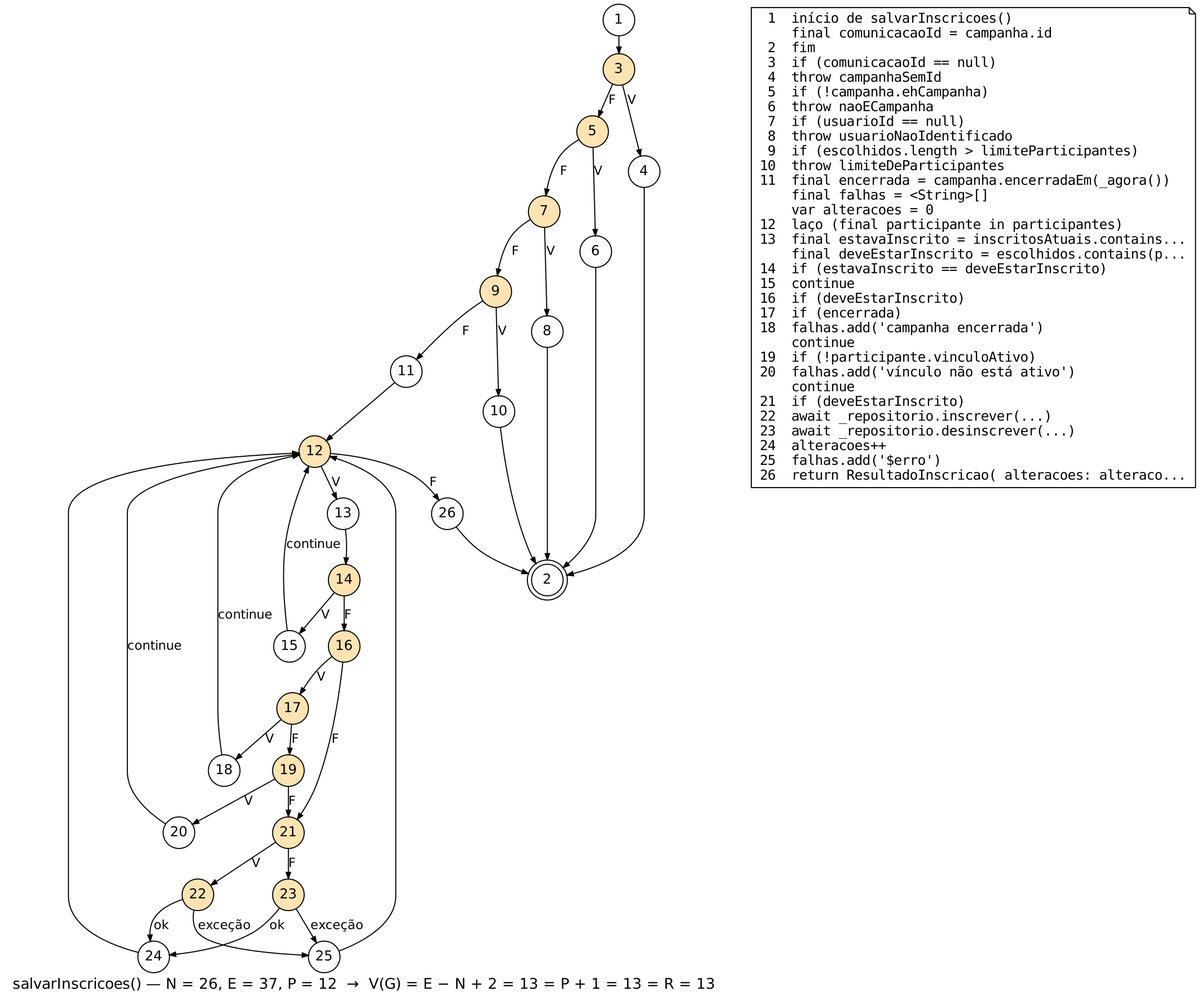
The Graphviz diagram qualidade/diagramas/ex08_gfc_gerado.png in Conecta-Vida/Conecta-Vida-Mobile, before a commit. Its source is kept beside it as qualidade/diagramas/ex08_gfc_gerado.dot. The source it was exported from:
```dot
digraph "salvarInscricoes" {
  graph [fontname="DejaVu Sans", fontsize=14, labelloc=b, rankdir=TB, nodesep=0.3, ranksep=0.22, label="salvarInscricoes() — N = 26, E = 37, P = 12  →  V(G) = E − N + 2 = 13 = P + 1 = 13 = R = 13"];
  node [shape=circle, fontname="DejaVu Sans", fontsize=13, width=0.42, fixedsize=true, style=filled, fillcolor="#ffffff"];
  edge [fontname="DejaVu Sans", fontsize=12, arrowsize=0.6];
  1 [fillcolor="#ffffff"];
  2 [fillcolor="#ffffff", shape=doublecircle];
  3 [fillcolor="#ffe3b3"];
  4 [fillcolor="#ffffff"];
  5 [fillcolor="#ffe3b3"];
  6 [fillcolor="#ffffff"];
  7 [fillcolor="#ffe3b3"];
  8 [fillcolor="#ffffff"];
  9 [fillcolor="#ffe3b3"];
  10 [fillcolor="#ffffff"];
  11 [fillcolor="#ffffff"];
  12 [fillcolor="#ffe3b3"];
  13 [fillcolor="#ffffff"];
  14 [fillcolor="#ffe3b3"];
  15 [fillcolor="#ffffff"];
  16 [fillcolor="#ffe3b3"];
  17 [fillcolor="#ffe3b3"];
  18 [fillcolor="#ffffff"];
  19 [fillcolor="#ffe3b3"];
  20 [fillcolor="#ffffff"];
  21 [fillcolor="#ffe3b3"];
  22 [fillcolor="#ffe3b3"];
  23 [fillcolor="#ffe3b3"];
  24 [fillcolor="#ffffff"];
  25 [fillcolor="#ffffff"];
  26 [fillcolor="#ffffff"];
  1 -> 3;
  3 -> 4 [label="V"];
  4 -> 2;
  3 -> 5 [label="F"];
  5 -> 6 [label="V"];
  6 -> 2;
  5 -> 7 [label="F"];
  7 -> 8 [label="V"];
  8 -> 2;
  7 -> 9 [label="F"];
  9 -> 10 [label="V"];
  10 -> 2;
  9 -> 11 [label="F"];
  11 -> 12;
  12 -> 13 [label="V"];
  13 -> 14;
  14 -> 15 [label="V"];
  15 -> 12 [label="continue"];
  14 -> 16 [label="F"];
  16 -> 17 [label="V"];
  17 -> 18 [label="V"];
  18 -> 12 [label="continue"];
  17 -> 19 [label="F"];
  19 -> 20 [label="V"];
  20 -> 12 [label="continue"];
  19 -> 21 [label="F"];
  16 -> 21 [label="F"];
  21 -> 22 [label="V"];
  21 -> 23 [label="F"];
  22 -> 24 [label="ok"];
  23 -> 24 [label="ok"];
  22 -> 25 [label="exceção"];
  23 -> 25 [label="exceção"];
  24 -> 12;
  25 -> 12;
  12 -> 26 [label="F"];
  26 -> 2;
  legenda [shape=note, fixedsize=false, fontname="DejaVu Sans Mono", fontsize=13, fillcolor="#fffef2", label=" 1  início de salvarInscricoes()\l    final comunicacaoId = campanha.id\l 2  fim\l 3  if (comunicacaoId == null)\l 4  throw campanhaSemId\l 5  if (!campanha.ehCampanha)\l 6  throw naoECampanha\l 7  if (usuarioId == null)\l 8  throw usuarioNaoIdentificado\l 9  if (escolhidos.length > limiteParticipantes)\l10  throw limiteDeParticipantes\l11  final encerrada = campanha.encerradaEm(_agora())\l    final falhas = <String>[]\l    var alteracoes = 0\l12  laço (final participante in participantes)\l13  final estavaInscrito = inscritosAtuais.contains...\l    final deveEstarInscrito = escolhidos.contains(p...\l14  if (estavaInscrito == deveEstarInscrito)\l15  continue\l16  if (deveEstarInscrito)\l17  if (encerrada)\l18  falhas.add('campanha encerrada')\l    continue\l19  if (!participante.vinculoAtivo)\l20  falhas.add('vínculo não está ativo')\l    continue\l21  if (deveEstarInscrito)\l22  await _repositorio.inscrever(...)\l23  await _repositorio.desinscrever(...)\l24  alteracoes++\l25  falhas.add('$erro')\l26  return ResultadoInscricao( alteracoes: alteraco...\l"];
}
```
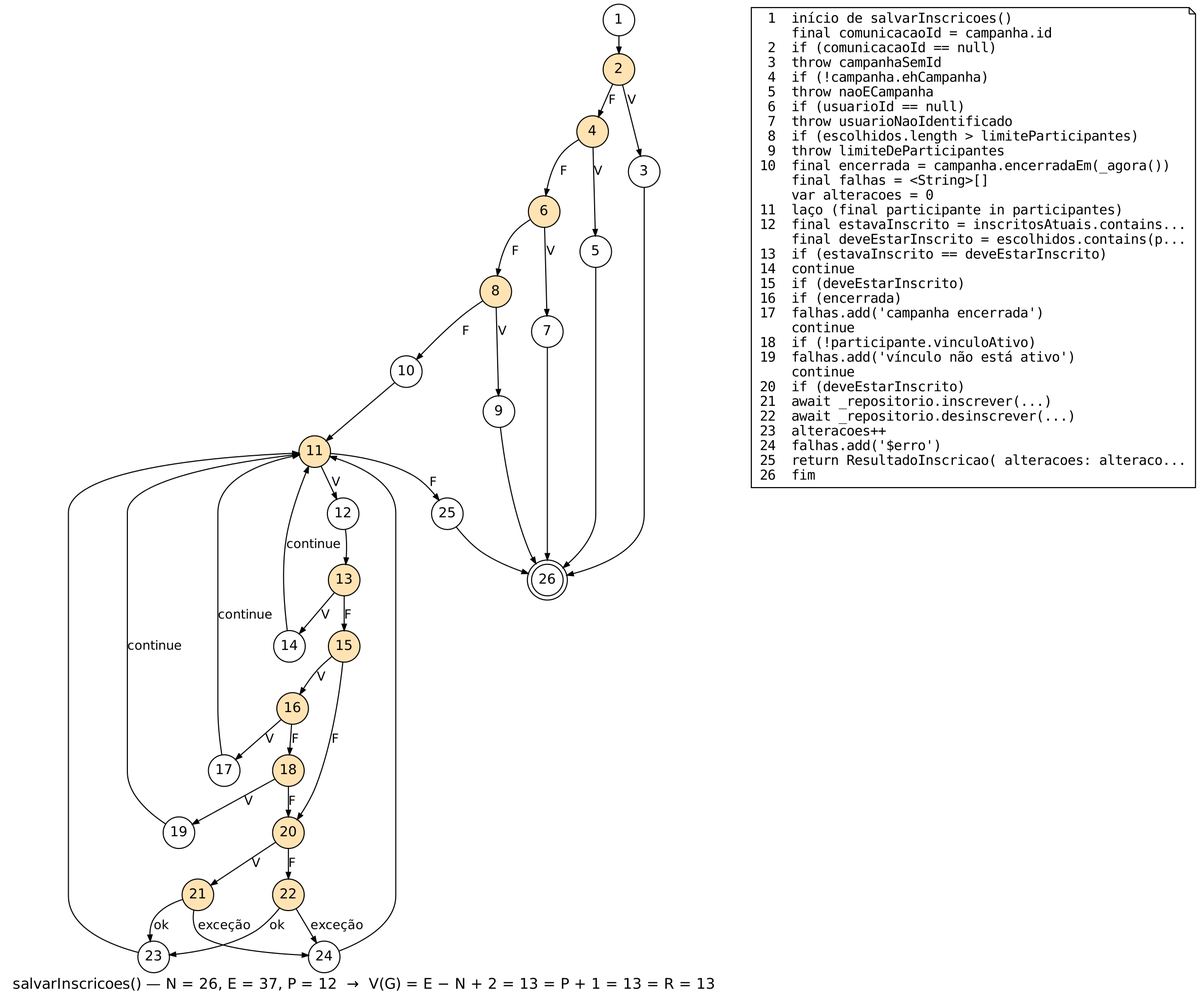
After the commit.

Commit message:
feat(qualidade): gfc_dart numera o fim por último e exporta o grafo e a legenda separados

Diff of the diagram source:
```diff
@@ -3,67 +3,67 @@
   node [shape=circle, fontname="DejaVu Sans", fontsize=13, width=0.42, fixedsize=true, style=filled, fillcolor="#ffffff"];
   edge [fontname="DejaVu Sans", fontsize=12, arrowsize=0.6];
   1 [fillcolor="#ffffff"];
-  2 [fillcolor="#ffffff", shape=doublecircle];
-  3 [fillcolor="#ffe3b3"];
-  4 [fillcolor="#ffffff"];
-  5 [fillcolor="#ffe3b3"];
-  6 [fillcolor="#ffffff"];
-  7 [fillcolor="#ffe3b3"];
-  8 [fillcolor="#ffffff"];
-  9 [fillcolor="#ffe3b3"];
+  2 [fillcolor="#ffe3b3"];
+  3 [fillcolor="#ffffff"];
+  4 [fillcolor="#ffe3b3"];
+  5 [fillcolor="#ffffff"];
+  6 [fillcolor="#ffe3b3"];
+  7 [fillcolor="#ffffff"];
+  8 [fillcolor="#ffe3b3"];
+  9 [fillcolor="#ffffff"];
   10 [fillcolor="#ffffff"];
-  11 [fillcolor="#ffffff"];
-  12 [fillcolor="#ffe3b3"];
-  13 [fillcolor="#ffffff"];
-  14 [fillcolor="#ffe3b3"];
-  15 [fillcolor="#ffffff"];
+  11 [fillcolor="#ffe3b3"];
+  12 [fillcolor="#ffffff"];
+  13 [fillcolor="#ffe3b3"];
+  14 [fillcolor="#ffffff"];
+  15 [fillcolor="#ffe3b3"];
   16 [fillcolor="#ffe3b3"];
-  17 [fillcolor="#ffe3b3"];
-  18 [fillcolor="#ffffff"];
-  19 [fillcolor="#ffe3b3"];
-  20 [fillcolor="#ffffff"];
+  17 [fillcolor="#ffffff"];
+  18 [fillcolor="#ffe3b3"];
+  19 [fillcolor="#ffffff"];
+  20 [fillcolor="#ffe3b3"];
   21 [fillcolor="#ffe3b3"];
   22 [fillcolor="#ffe3b3"];
-  23 [fillcolor="#ffe3b3"];
+  23 [fillcolor="#ffffff"];
   24 [fillcolor="#ffffff"];
   25 [fillcolor="#ffffff"];
-  26 [fillcolor="#ffffff"];
-  1 -> 3;
-  3 -> 4 [label="V"];
-  4 -> 2;
-  3 -> 5 [label="F"];
-  5 -> 6 [label="V"];
-  6 -> 2;
-  5 -> 7 [label="F"];
-  7 -> 8 [label="V"];
-  8 -> 2;
-  7 -> 9 [label="F"];
-  9 -> 10 [label="V"];
-  10 -> 2;
-  9 -> 11 [label="F"];
-  11 -> 12;
-  12 -> 13 [label="V"];
-  13 -> 14;
-  14 -> 15 [label="V"];
-  15 -> 12 [label="continue"];
-  14 -> 16 [label="F"];
+  26 [fillcolor="#ffffff", shape=doublecircle];
+  1 -> 2;
+  2 -> 3 [label="V"];
+  3 -> 26;
+  2 -> 4 [label="F"];
+  4 -> 5 [label="V"];
+  5 -> 26;
+  4 -> 6 [label="F"];
+  6 -> 7 [label="V"];
+  7 -> 26;
+  6 -> 8 [label="F"];
+  8 -> 9 [label="V"];
+  9 -> 26;
+  8 -> 10 [label="F"];
+  10 -> 11;
+  11 -> 12 [label="V"];
+  12 -> 13;
+  13 -> 14 [label="V"];
+  14 -> 11 [label="continue"];
+  13 -> 15 [label="F"];
+  15 -> 16 [label="V"];
   16 -> 17 [label="V"];
-  17 -> 18 [label="V"];
-  18 -> 12 [label="continue"];
-  17 -> 19 [label="F"];
-  19 -> 20 [label="V"];
-  20 -> 12 [label="continue"];
-  19 -> 21 [label="F"];
-  16 -> 21 [label="F"];
-  21 -> 22 [label="V"];
-  21 -> 23 [label="F"];
-  22 -> 24 [label="ok"];
-  23 -> 24 [label="ok"];
-  22 -> 25 [label="exceção"];
-  23 -> 25 [label="exceção"];
-  24 -> 12;
-  25 -> 12;
-  12 -> 26 [label="F"];
-  26 -> 2;
-  legenda [shape=note, fixedsize=false, fontname="DejaVu Sans Mono", fontsize=13, fillcolor="#fffef2", label=" 1  início de salvarInscricoes()\l    final comunicacaoId = campanha.id\l 2  fim\l 3  if (comunicacaoId == null)\l 4  throw campanhaSemId\l 5  if (!campanha.ehCampanha)\l 6  throw naoECampanha\l 7  if (usuarioId == null)\l 8  throw usuarioNaoIdentificado\l 9  if (escolhidos.length > limiteParticipantes)\l10  throw limiteDeParticipantes\l11  final encerrada = campanha.encerradaEm(_agora())\l    final falhas = <String>[]\l    var alteracoes = 0\l12  laço (final participante in participantes)\l13  final estavaInscrito = inscritosAtuais.contains...\l    final deveEstarInscrito = escolhidos.contains(p...\l14  if (estavaInscrito == deveEstarInscrito)\l15  continue\l16  if (deveEstarInscrito)\l17  if (encerrada)\l18  falhas.add('campanha encerrada')\l    continue\l19  if (!participante.vinculoAtivo)\l20  falhas.add('vínculo não está ativo')\l    continue\l21  if (deveEstarInscrito)\l22  await _repositorio.inscrever(...)\l23  await _repositorio.desinscrever(...)\l24  alteracoes++\l25  falhas.add('$erro')\l26  return ResultadoInscricao( alteracoes: alteraco...\l"];
+  17 -> 11 [label="continue"];
+  16 -> 18 [label="F"];
+  18 -> 19 [label="V"];
+  19 -> 11 [label="continue"];
+  18 -> 20 [label="F"];
+  15 -> 20 [label="F"];
+  20 -> 21 [label="V"];
+  20 -> 22 [label="F"];
+  21 -> 23 [label="ok"];
+  22 -> 23 [label="ok"];
+  21 -> 24 [label="exceção"];
+  22 -> 24 [label="exceção"];
+  23 -> 11;
+  24 -> 11;
+  11 -> 25 [label="F"];
+  25 -> 26;
+  legenda [shape=note, fixedsize=false, fontname="DejaVu Sans Mono", fontsize=13, fillcolor="#fffef2", label=" 1  início de salvarInscricoes()\l    final comunicacaoId = campanha.id\l 2  if (comunicacaoId == null)\l 3  throw campanhaSemId\l 4  if (!campanha.ehCampanha)\l 5  throw naoECampanha\l 6  if (usuarioId == null)\l 7  throw usuarioNaoIdentificado\l 8  if (escolhidos.length > limiteParticipantes)\l 9  throw limiteDeParticipantes\l10  final encerrada = campanha.encerradaEm(_agora())\l    final falhas = <String>[]\l    var alteracoes = 0\l11  laço (final participante in participantes)\l12  final estavaInscrito = inscritosAtuais.contains...\l    final deveEstarInscrito = escolhidos.contains(p...\l13  if (estavaInscrito == deveEstarInscrito)\l14  continue\l15  if (deveEstarInscrito)\l16  if (encerrada)\l17  falhas.add('campanha encerrada')\l    continue\l18  if (!participante.vinculoAtivo)\l19  falhas.add('vínculo não está ativo')\l    continue\l20  if (deveEstarInscrito)\l21  await _repositorio.inscrever(...)\l22  await _repositorio.desinscrever(...)\l23  alteracoes++\l24  falhas.add('$erro')\l25  return ResultadoInscricao( alteracoes: alteraco...\l26  fim\l"];
 }
```
